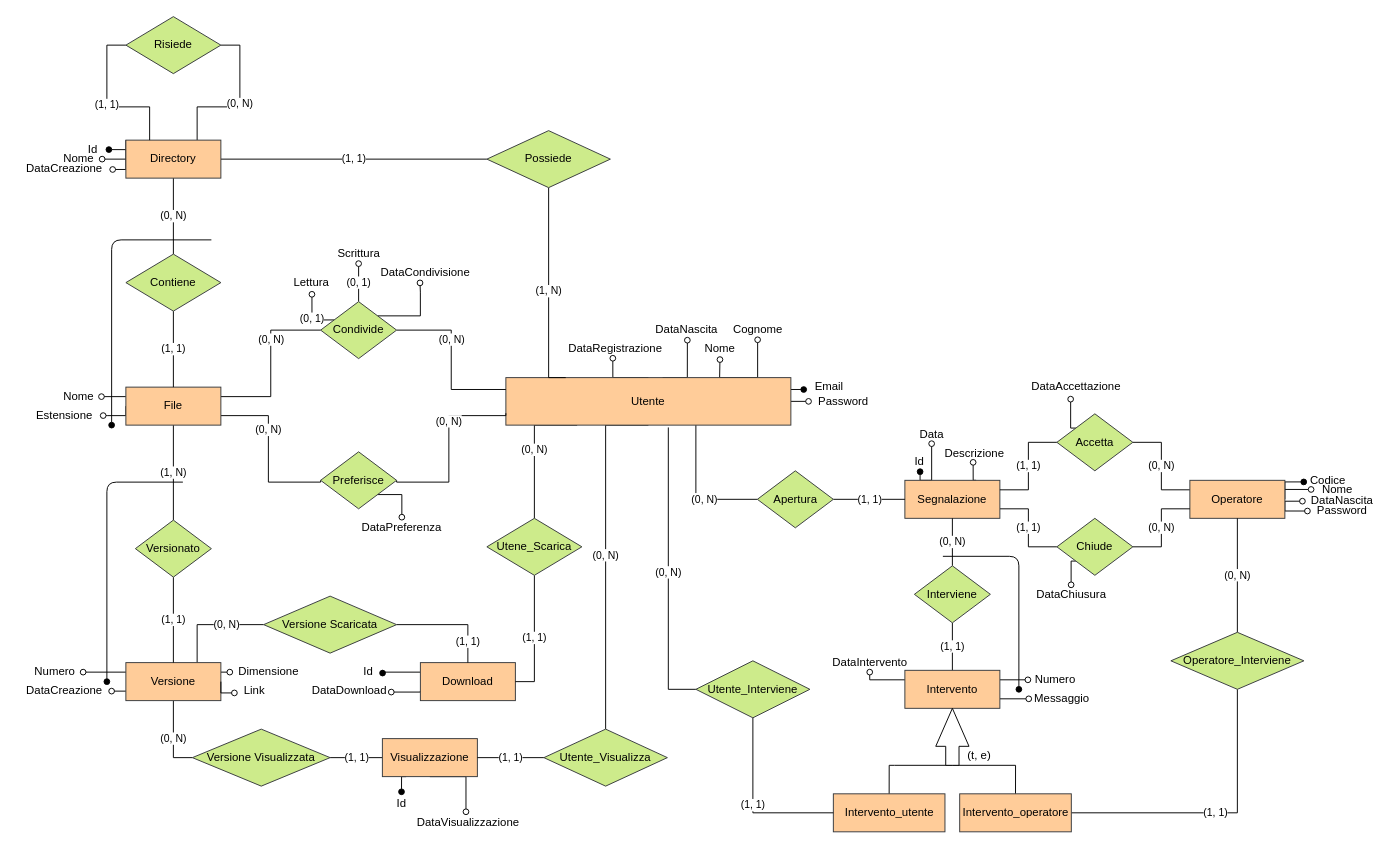
The draw.io diagram page "ER" (1 of 9) of Concettuale/db.drawio in alemazzo/CloudStoreDB, before the edit. Source tidied: cells renumbered, new cells numbered last; positions are measured from the earlier drawing's top-left corner, leaving out a move shared by most shapes. Both pictures are drawn from the tidied source at 95%, with x=0, y=0 at pixel (16, 16).
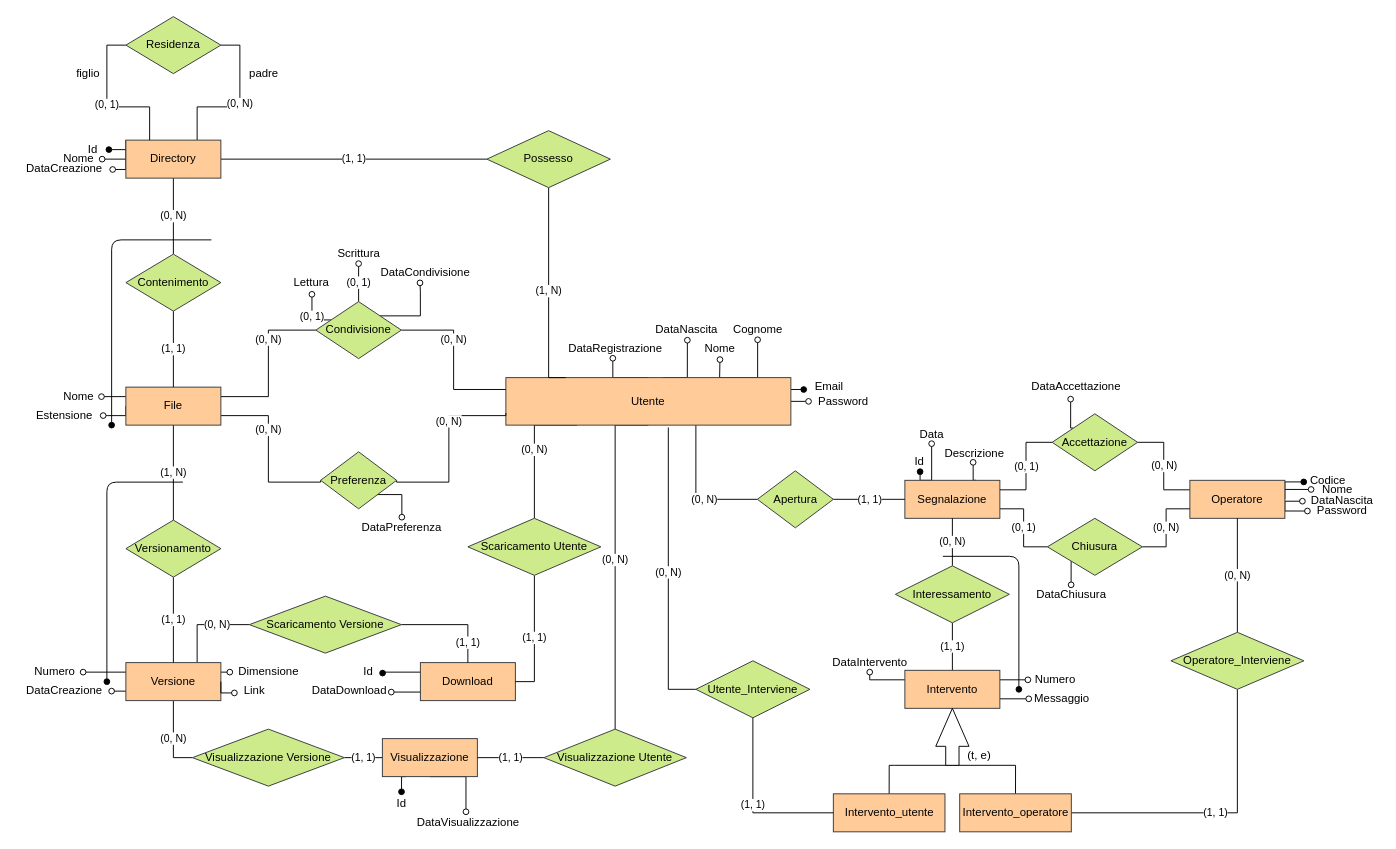
After the change.

Unchanged cells that the change refers to:
```xml
<mxCell id="14" value="Directory" style="whiteSpace=wrap;html=1;align=center;fillColor=#ffcc99;strokeColor=#36393d;" parent="1" vertex="1">
  <mxGeometry x="115" y="130" width="100" height="40" as="geometry" />
</mxCell>
<mxCell id="38" value="Utente" style="whiteSpace=wrap;html=1;align=center;fillColor=#ffcc99;strokeColor=#36393d;" parent="1" vertex="1">
  <mxGeometry x="515" y="380" width="300" height="50" as="geometry" />
</mxCell>
<mxCell id="48" value="Segnalazione" style="whiteSpace=wrap;html=1;align=center;fillColor=#ffcc99;strokeColor=#36393d;" parent="1" vertex="1">
  <mxGeometry x="935" y="488.1" width="100" height="40" as="geometry" />
</mxCell>
```

What changed in the source:
```diff
@@
-    <mxCell id="22" value="Contiene" style="shape=rhombus;perimeter=rhombusPerimeter;whiteSpace=wrap;html=1;align=center;fillColor=#cdeb8b;strokeColor=#36393d;" parent="1" vertex="1">
+    <mxCell id="22" value="Contenimento" style="shape=rhombus;perimeter=rhombusPerimeter;whiteSpace=wrap;html=1;align=center;fillColor=#cdeb8b;strokeColor=#36393d;" parent="1" vertex="1">
       <mxGeometry x="115" y="250" width="100" height="60" as="geometry" />
     </mxCell>
-    <mxCell id="23" value="(1, 1)" style="edgeStyle=orthogonalEdgeStyle;rounded=0;jettySize=auto;html=1;exitX=0;exitY=0.5;exitDx=0;exitDy=0;entryX=0.25;entryY=0;entryDx=0;entryDy=0;endArrow=none;endFill=0;" parent="1" edge="1" source="24" target="14">
+    <mxCell id="23" value="(0, 1)" style="edgeStyle=orthogonalEdgeStyle;rounded=0;jettySize=auto;html=1;exitX=0;exitY=0.5;exitDx=0;exitDy=0;entryX=0.25;entryY=0;entryDx=0;entryDy=0;endArrow=none;endFill=0;" parent="1" edge="1" source="24" target="14">
       <mxGeometry relative="1" as="geometry" />
     </mxCell>
-    <mxCell id="24" value="Risiede" style="shape=rhombus;perimeter=rhombusPerimeter;whiteSpace=wrap;html=1;align=center;fillColor=#cdeb8b;strokeColor=#36393d;" parent="1" vertex="1">
+    <mxCell id="24" value="Residenza" style="shape=rhombus;perimeter=rhombusPerimeter;whiteSpace=wrap;html=1;align=center;fillColor=#cdeb8b;strokeColor=#36393d;" parent="1" vertex="1">
       <mxGeometry x="115" width="100" height="60" as="geometry" />
     </mxCell>
@@
-    <mxCell id="26" value="Versionato" style="shape=rhombus;perimeter=rhombusPerimeter;whiteSpace=wrap;html=1;align=center;fillColor=#cdeb8b;strokeColor=#36393d;" parent="1" vertex="1">
-      <mxGeometry x="125" y="530" width="80" height="60" as="geometry" />
+    <mxCell id="26" value="Versionamento" style="shape=rhombus;perimeter=rhombusPerimeter;whiteSpace=wrap;html=1;align=center;fillColor=#cdeb8b;strokeColor=#36393d;" parent="1" vertex="1">
+      <mxGeometry x="115" y="530" width="100" height="60" as="geometry" />
     </mxCell>
@@
     <mxCell id="28" value="(0, N)" style="edgeStyle=orthogonalEdgeStyle;rounded=0;jettySize=auto;html=1;entryX=0.5;entryY=1;entryDx=0;entryDy=0;endArrow=none;endFill=0;exitX=0.5;exitY=0;exitDx=0;exitDy=0;" parent="1" edge="1" source="91" target="38">
       <mxGeometry relative="1" as="geometry">
         <Array as="points">
-          <mxPoint x="620" y="430" />
+          <mxPoint x="630" y="430" />
         </Array>
       </mxGeometry>
     </mxCell>
@@
-    <mxCell id="30" value="Versione Visualizzata" style="shape=rhombus;perimeter=rhombusPerimeter;whiteSpace=wrap;html=1;align=center;fillColor=#cdeb8b;strokeColor=#36393d;" parent="1" vertex="1">
-      <mxGeometry x="185" y="750" width="145" height="60" as="geometry" />
+    <mxCell id="30" value="Visualizzazione Versione" style="shape=rhombus;perimeter=rhombusPerimeter;whiteSpace=wrap;html=1;align=center;fillColor=#cdeb8b;strokeColor=#36393d;" parent="1" vertex="1">
+      <mxGeometry x="185" y="750" width="160" height="60" as="geometry" />
     </mxCell>
@@
-    <mxCell id="40" value="Possiede" style="shape=rhombus;perimeter=rhombusPerimeter;whiteSpace=wrap;html=1;align=center;fillColor=#cdeb8b;strokeColor=#36393d;" parent="1" vertex="1">
+    <mxCell id="40" value="Possesso" style="shape=rhombus;perimeter=rhombusPerimeter;whiteSpace=wrap;html=1;align=center;fillColor=#cdeb8b;strokeColor=#36393d;" parent="1" vertex="1">
       <mxGeometry x="495" y="120" width="130" height="60" as="geometry" />
     </mxCell>
@@
-    <mxCell id="43" value="Preferisce" style="shape=rhombus;perimeter=rhombusPerimeter;whiteSpace=wrap;html=1;align=center;fillColor=#cdeb8b;strokeColor=#36393d;" parent="1" vertex="1">
+    <mxCell id="43" value="Preferenza" style="shape=rhombus;perimeter=rhombusPerimeter;whiteSpace=wrap;html=1;align=center;fillColor=#cdeb8b;strokeColor=#36393d;" parent="1" vertex="1">
       <mxGeometry x="320" y="458.1" width="80" height="60" as="geometry" />
     </mxCell>
-    <mxCell id="44" value="(1, 1)" style="edgeStyle=orthogonalEdgeStyle;rounded=0;jettySize=auto;html=1;exitX=1;exitY=0.75;exitDx=0;exitDy=0;entryX=0;entryY=0.5;entryDx=0;entryDy=0;endArrow=none;endFill=0;" parent="1" edge="1" source="48" target="62">
+    <mxCell id="44" value="(0, 1)" style="edgeStyle=orthogonalEdgeStyle;rounded=0;jettySize=auto;html=1;exitX=1;exitY=0.75;exitDx=0;exitDy=0;entryX=0;entryY=0.5;entryDx=0;entryDy=0;endArrow=none;endFill=0;" parent="1" edge="1" source="48" target="62">
       <mxGeometry relative="1" as="geometry" />
     </mxCell>
@@
-    <mxCell id="57" value="(1, 1)" style="edgeStyle=orthogonalEdgeStyle;rounded=0;jettySize=auto;html=1;exitX=0;exitY=0.5;exitDx=0;exitDy=0;entryX=1;entryY=0.25;entryDx=0;entryDy=0;endArrow=none;endFill=0;" parent="1" edge="1" source="59" target="48">
+    <mxCell id="57" value="(0, 1)" style="edgeStyle=orthogonalEdgeStyle;rounded=0;jettySize=auto;html=1;exitX=0;exitY=0.5;exitDx=0;exitDy=0;entryX=1;entryY=0.25;entryDx=0;entryDy=0;endArrow=none;endFill=0;" parent="1" edge="1" source="59" target="48">
       <mxGeometry relative="1" as="geometry" />
     </mxCell>
@@
-    <mxCell id="59" value="Accetta" style="shape=rhombus;perimeter=rhombusPerimeter;whiteSpace=wrap;html=1;align=center;fillColor=#cdeb8b;strokeColor=#36393d;" parent="1" vertex="1">
-      <mxGeometry x="1095" y="418.1" width="80" height="60" as="geometry" />
+    <mxCell id="59" value="Accettazione" style="shape=rhombus;perimeter=rhombusPerimeter;whiteSpace=wrap;html=1;align=center;fillColor=#cdeb8b;strokeColor=#36393d;" parent="1" vertex="1">
+      <mxGeometry x="1090" y="418.1" width="90" height="60" as="geometry" />
     </mxCell>
@@
-    <mxCell id="62" value="Chiude" style="shape=rhombus;perimeter=rhombusPerimeter;whiteSpace=wrap;html=1;align=center;fillColor=#cdeb8b;strokeColor=#36393d;" parent="1" vertex="1">
-      <mxGeometry x="1095" y="528.1" width="80" height="60" as="geometry" />
+    <mxCell id="62" value="Chiusura" style="shape=rhombus;perimeter=rhombusPerimeter;whiteSpace=wrap;html=1;align=center;fillColor=#cdeb8b;strokeColor=#36393d;" parent="1" vertex="1">
+      <mxGeometry x="1085" y="528.1" width="100" height="60" as="geometry" />
     </mxCell>
@@
-    <mxCell id="65" value="Interviene" style="shape=rhombus;perimeter=rhombusPerimeter;whiteSpace=wrap;html=1;align=center;fillColor=#cdeb8b;strokeColor=#36393d;" parent="1" vertex="1">
-      <mxGeometry x="945" y="578.1" width="80" height="60" as="geometry" />
+    <mxCell id="65" value="Interessamento" style="shape=rhombus;perimeter=rhombusPerimeter;whiteSpace=wrap;html=1;align=center;fillColor=#cdeb8b;strokeColor=#36393d;" parent="1" vertex="1">
+      <mxGeometry x="925" y="578.1" width="120" height="60" as="geometry" />
     </mxCell>
@@
-    <mxCell id="91" value="Utente_Visualizza" style="shape=rhombus;perimeter=rhombusPerimeter;whiteSpace=wrap;html=1;align=center;fillColor=#cdeb8b;strokeColor=#36393d;" parent="1" vertex="1">
-      <mxGeometry x="555" y="750" width="130" height="60" as="geometry" />
+    <mxCell id="91" value="Visualizzazione Utente" style="shape=rhombus;perimeter=rhombusPerimeter;whiteSpace=wrap;html=1;align=center;fillColor=#cdeb8b;strokeColor=#36393d;" parent="1" vertex="1">
+      <mxGeometry x="555" y="750" width="150" height="60" as="geometry" />
     </mxCell>
@@
-    <mxCell id="96" value="Versione Scaricata" style="shape=rhombus;perimeter=rhombusPerimeter;whiteSpace=wrap;html=1;align=center;fillColor=#cdeb8b;strokeColor=#36393d;" parent="1" vertex="1">
-      <mxGeometry x="260" y="610" width="140" height="60" as="geometry" />
+    <mxCell id="96" value="Scaricamento Versione" style="shape=rhombus;perimeter=rhombusPerimeter;whiteSpace=wrap;html=1;align=center;fillColor=#cdeb8b;strokeColor=#36393d;" parent="1" vertex="1">
+      <mxGeometry x="245" y="610" width="160" height="60" as="geometry" />
     </mxCell>
@@
-    <mxCell id="98" value="Utene_Scarica" style="shape=rhombus;perimeter=rhombusPerimeter;whiteSpace=wrap;html=1;align=center;fillColor=#cdeb8b;strokeColor=#36393d;" parent="1" vertex="1">
-      <mxGeometry x="495" y="528.1" width="100" height="60" as="geometry" />
+    <mxCell id="98" value="Scaricamento Utente" style="shape=rhombus;perimeter=rhombusPerimeter;whiteSpace=wrap;html=1;align=center;fillColor=#cdeb8b;strokeColor=#36393d;" parent="1" vertex="1">
+      <mxGeometry x="475" y="528.1" width="140" height="60" as="geometry" />
     </mxCell>
@@
-    <mxCell id="134" value="Condivide" style="shape=rhombus;perimeter=rhombusPerimeter;whiteSpace=wrap;html=1;align=center;fillColor=#cdeb8b;strokeColor=#36393d;" parent="1" vertex="1">
-      <mxGeometry x="320" y="300" width="80" height="60" as="geometry" />
+    <mxCell id="134" value="Condivisione" style="shape=rhombus;perimeter=rhombusPerimeter;whiteSpace=wrap;html=1;align=center;fillColor=#cdeb8b;strokeColor=#36393d;" parent="1" vertex="1">
+      <mxGeometry x="315" y="300" width="90" height="60" as="geometry" />
     </mxCell>
@@
+    <mxCell id="137" value="padre" style="text;html=1;align=center;verticalAlign=middle;strokeColor=none;" parent="1" vertex="1">
+      <mxGeometry x="235" y="50" width="50" height="20" as="geometry" />
+    </mxCell>
+    <mxCell id="138" value="figlio" style="text;html=1;align=center;verticalAlign=middle;strokeColor=none;" parent="1" vertex="1">
+      <mxGeometry x="55" y="50" width="40" height="20" as="geometry" />
+    </mxCell>
```
